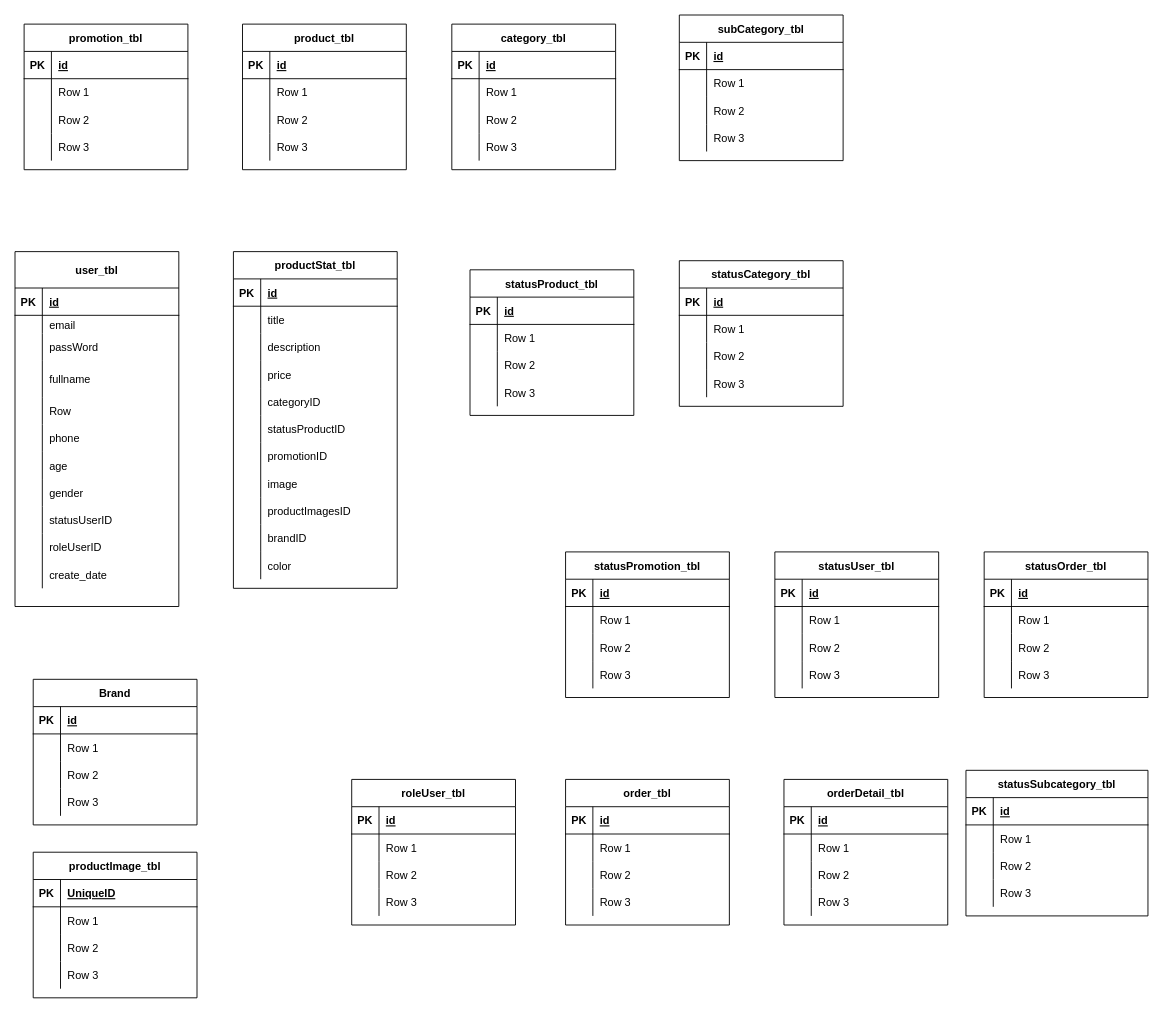
Earlier version of the draw.io diagram ERD_SHOP.drawio (ToanNguyenSVR/Ecommerce_Project). Source tidied: cells renumbered, new cells numbered last; positions are measured from the earlier drawing's top-left corner, leaving out a move shared by most shapes. Both pictures are drawn from the tidied source at 91%, with x=0, y=0 at pixel (15, 15).
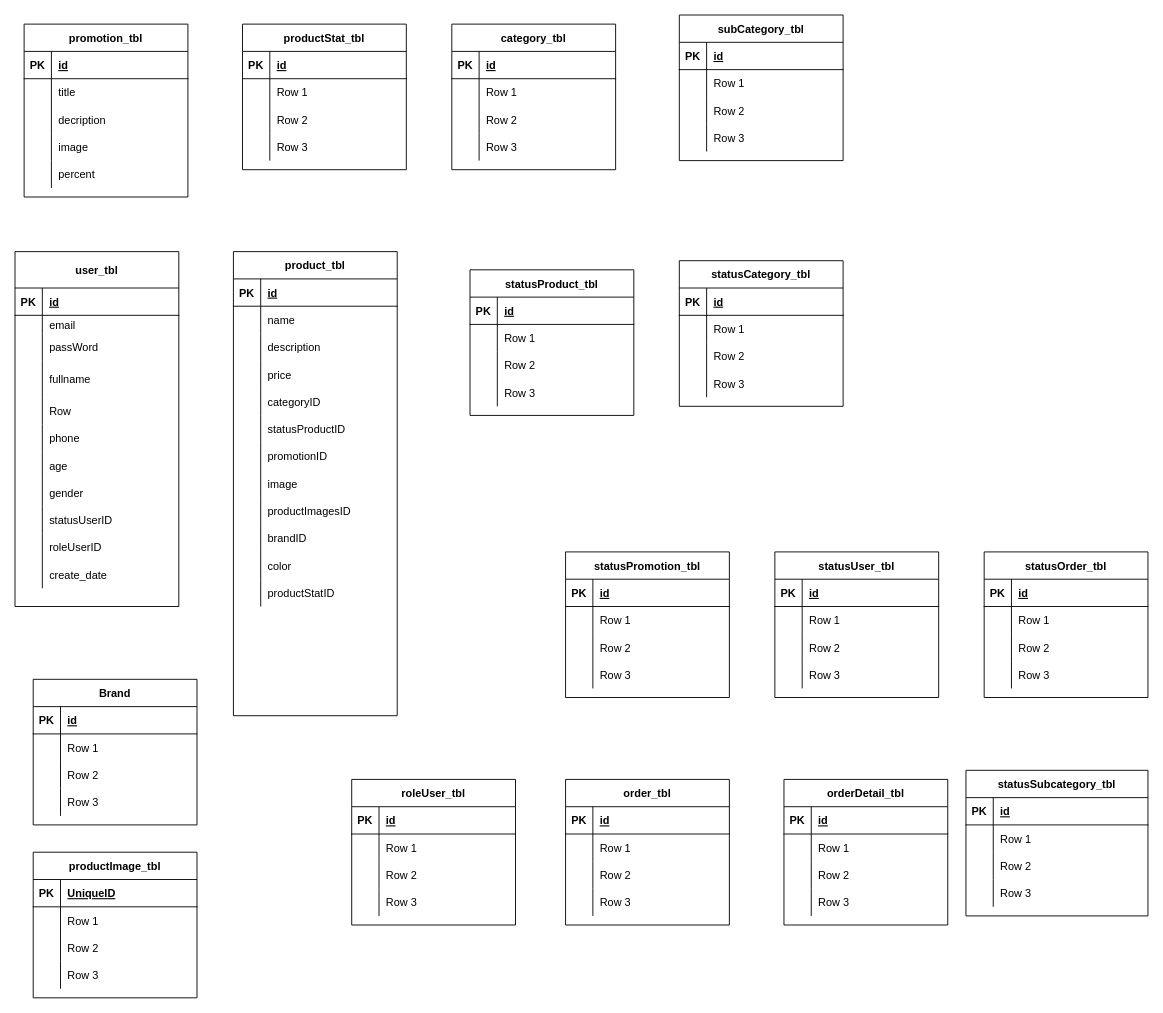
After the change.

Unchanged cells that the change refers to:
```xml
<mxCell id="6" style="shape=partialRectangle;fillColor=none;top=0;left=0;bottom=0;right=0;" parent="2" vertex="1">
  <mxGeometry y="60" width="180" height="30" as="geometry" />
</mxCell>
<mxCell id="9" style="shape=partialRectangle;fillColor=none;top=0;left=0;bottom=0;right=0;" parent="2" vertex="1">
  <mxGeometry y="90" width="180" height="30" as="geometry" />
</mxCell>
<mxCell id="19" style="shape=partialRectangle;fillColor=none;top=0;left=0;bottom=0;right=0;" parent="15" vertex="1">
  <mxGeometry y="60" width="180" height="30" as="geometry" />
</mxCell>
```

Change to the diagram source:
```diff
@@
     <mxCell id="2" value="promotion_tbl" style="shape=table;startSize=30;childLayout=tableLayout;rowLines=0;fontStyle=1;align=center;" parent="1" vertex="1">
-      <mxGeometry x="10" y="10" width="180" height="160" as="geometry" />
+      <mxGeometry x="10" y="10" width="180" height="190" as="geometry" />
     </mxCell>
@@
-    <mxCell id="8" value="Row 1" style="shape=partialRectangle;fillColor=none;top=0;left=0;bottom=0;right=0;align=left;spacingLeft=6;overflow=hidden;" parent="6" vertex="1">
+    <mxCell id="8" value="title" style="shape=partialRectangle;fillColor=none;top=0;left=0;bottom=0;right=0;align=left;spacingLeft=6;overflow=hidden;" parent="6" vertex="1">
       <mxGeometry x="30" width="150" height="30" as="geometry" />
     </mxCell>
@@
-    <mxCell id="11" value="Row 2" style="shape=partialRectangle;fillColor=none;top=0;left=0;bottom=0;right=0;align=left;spacingLeft=6;overflow=hidden;" parent="9" vertex="1">
+    <mxCell id="11" value="decription" style="shape=partialRectangle;fillColor=none;top=0;left=0;bottom=0;right=0;align=left;spacingLeft=6;overflow=hidden;" parent="9" vertex="1">
       <mxGeometry x="30" width="150" height="30" as="geometry" />
     </mxCell>
+    <mxCell id="265" style="shape=partialRectangle;fillColor=none;top=0;left=0;bottom=0;right=0;align=center;" parent="2" vertex="1">
+      <mxGeometry y="120" width="180" height="30" as="geometry" />
+    </mxCell>
+    <mxCell id="266" style="shape=partialRectangle;fillColor=none;top=0;left=0;bottom=0;right=0;overflow=hidden;align=center;" parent="265" vertex="1">
+      <mxGeometry width="30" height="30" as="geometry" />
+    </mxCell>
+    <mxCell id="267" value="image" style="shape=partialRectangle;fillColor=none;top=0;left=0;bottom=0;right=0;align=left;spacingLeft=6;overflow=hidden;" parent="265" vertex="1">
+      <mxGeometry x="30" width="150" height="30" as="geometry" />
+    </mxCell>
     <mxCell id="12" style="shape=partialRectangle;fillColor=none;top=0;left=0;bottom=0;right=0;" parent="2" vertex="1">
-      <mxGeometry y="120" width="180" height="30" as="geometry" />
+      <mxGeometry y="150" width="180" height="30" as="geometry" />
     </mxCell>
@@
-    <mxCell id="14" value="Row 3" style="shape=partialRectangle;fillColor=none;top=0;left=0;bottom=0;right=0;align=left;spacingLeft=6;overflow=hidden;" parent="12" vertex="1">
+    <mxCell id="14" value="percent" style="shape=partialRectangle;fillColor=none;top=0;left=0;bottom=0;right=0;align=left;spacingLeft=6;overflow=hidden;" parent="12" vertex="1">
       <mxGeometry x="30" width="150" height="30" as="geometry" />
     </mxCell>
-    <mxCell id="15" value="productStat_tbl" style="shape=table;startSize=30;childLayout=tableLayout;rowLines=0;fontStyle=1;align=center;" parent="1" vertex="1">
-      <mxGeometry x="240" y="260" width="180" height="370" as="geometry" />
+    <mxCell id="15" value="product_tbl" style="shape=table;startSize=30;childLayout=tableLayout;rowLines=0;fontStyle=1;align=center;" parent="1" vertex="1">
+      <mxGeometry x="240" y="260" width="180" height="510" as="geometry" />
     </mxCell>
@@
-    <mxCell id="21" value="title" style="shape=partialRectangle;fillColor=none;top=0;left=0;bottom=0;right=0;align=left;spacingLeft=6;overflow=hidden;" parent="19" vertex="1">
+    <mxCell id="21" value="name" style="shape=partialRectangle;fillColor=none;top=0;left=0;bottom=0;right=0;align=left;spacingLeft=6;overflow=hidden;" parent="19" vertex="1">
       <mxGeometry x="30" width="150" height="30" as="geometry" />
     </mxCell>
@@
+    <mxCell id="268" style="shape=partialRectangle;fillColor=none;top=0;left=0;bottom=0;right=0;align=center;" parent="15" vertex="1">
+      <mxGeometry y="360" width="180" height="30" as="geometry" />
+    </mxCell>
+    <mxCell id="269" style="shape=partialRectangle;fillColor=none;top=0;left=0;bottom=0;right=0;overflow=hidden;align=center;" parent="268" vertex="1">
+      <mxGeometry width="30" height="30" as="geometry" />
+    </mxCell>
+    <mxCell id="270" value="productStatID" style="shape=partialRectangle;fillColor=none;top=0;left=0;bottom=0;right=0;align=left;spacingLeft=6;overflow=hidden;" parent="268" vertex="1">
+      <mxGeometry x="30" width="150" height="30" as="geometry" />
+    </mxCell>
@@
-    <mxCell id="161" value="product_tbl" style="shape=table;startSize=30;childLayout=tableLayout;rowLines=0;fontStyle=1;align=center;" parent="1" vertex="1">
+    <mxCell id="161" value="productStat_tbl" style="shape=table;startSize=30;childLayout=tableLayout;rowLines=0;fontStyle=1;align=center;" parent="1" vertex="1">
       <mxGeometry x="250" y="10" width="180" height="160" as="geometry" />
     </mxCell>
```
